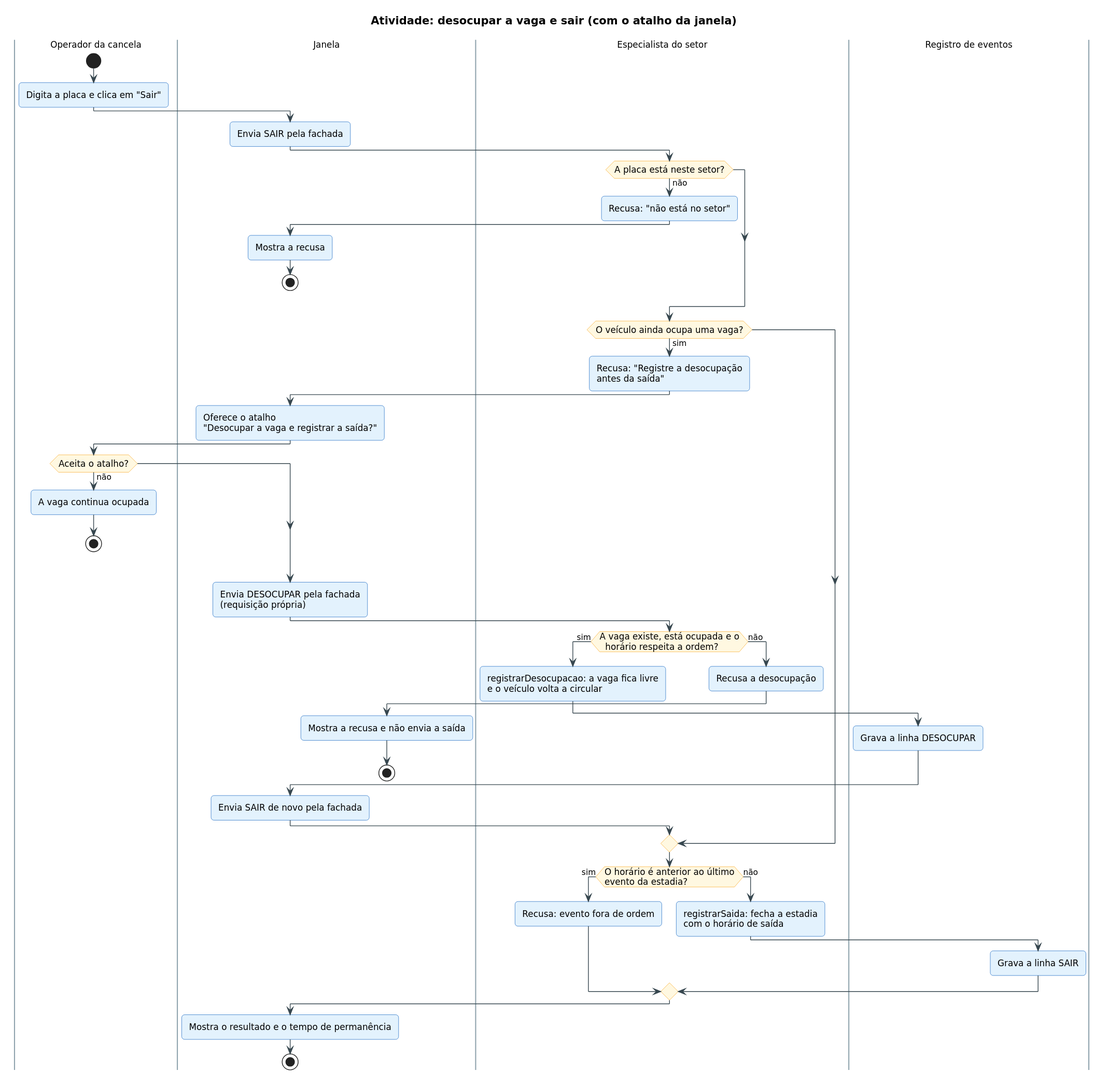
The PlantUML diagram faculdade/arquitetura-e-padroes-de-software/atividades_para_entregar/trabalho_final/descricao-arquitetural/diagramas/atividade-desocupacao-e-saida.svg in MatheusKubrusly/caderno-de-estudos, before a commit.
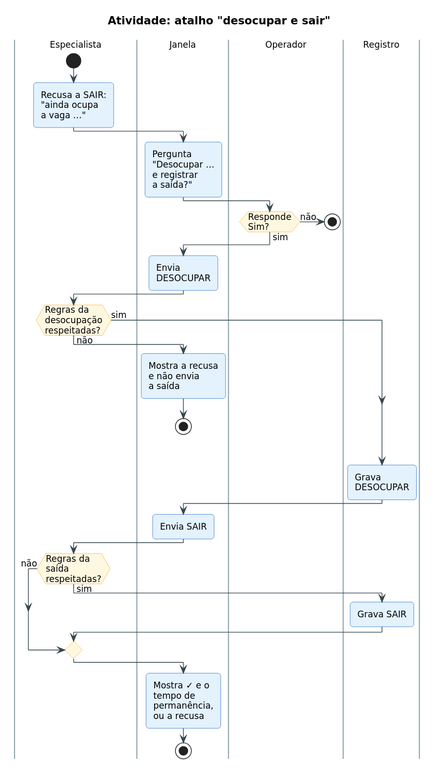
After the change.

Diff of the diagram source:
```diff
@@ -1,63 +1,54 @@
 @startuml
 !include estilo.iuml
-title Atividade: desocupar a vaga e sair (com o atalho da janela)
+title Atividade: atalho "desocupar e sair"
 
-|Operador da cancela|
+|Especialista|
 start
-:Digita a placa e clica em "Sair";
+:Recusa a SAIR:
+"ainda ocupa
+a vaga …";
 |Janela|
-:Envia SAIR pela fachada;
-|Especialista do setor|
-if (A placa está neste setor?) then (não)
-  :Recusa: "não está no setor";
-  |Janela|
-  :Mostra a recusa;
+:Pergunta
+"Desocupar …
+e registrar
+a saída?";
+|Operador|
+if (Responde
+Sim?) then (não)
   stop
-endif
-|Especialista do setor|
-if (O veículo ainda ocupa uma vaga?) then (sim)
-  :Recusa: "Registre a desocupação
-  antes da saída";
-  |Janela|
-  :Oferece o atalho
-  "Desocupar a vaga e registrar a saída?";
-  |Operador da cancela|
-  if (Aceita o atalho?) then (não)
-    :A vaga continua ocupada;
-    stop
-  endif
-  |Janela|
-  :Envia DESOCUPAR pela fachada
-  (requisição própria);
-  |Especialista do setor|
-  if (A vaga existe, está ocupada e o
-  horário respeita a ordem?) then (sim)
-    :registrarDesocupacao: a vaga fica livre
-    e o veículo volta a circular;
-    |Registro de eventos|
-    :Grava a linha DESOCUPAR;
-  else (não)
-    |Especialista do setor|
-    :Recusa a desocupação;
-    |Janela|
-    :Mostra a recusa e não envia a saída;
-    stop
-  endif
-  |Janela|
-  :Envia SAIR de novo pela fachada;
-  |Especialista do setor|
-endif
-if (O horário é anterior ao último
-evento da estadia?) then (sim)
-  :Recusa: evento fora de ordem;
-else (não)
-  |Especialista do setor|
-  :registrarSaida: fecha a estadia
-  com o horário de saída;
-  |Registro de eventos|
-  :Grava a linha SAIR;
+else (sim)
 endif
 |Janela|
-:Mostra o resultado e o tempo de permanência;
+:Envia
+DESOCUPAR;
+|Especialista|
+if (Regras da
+desocupação
+respeitadas?) then (não)
+  |Janela|
+  :Mostra a recusa
+  e não envia
+  a saída;
+  stop
+else (sim)
+endif
+|Registro|
+:Grava
+DESOCUPAR;
+|Janela|
+:Envia SAIR;
+|Especialista|
+if (Regras da
+saída
+respeitadas?) then (sim)
+  |Registro|
+  :Grava SAIR;
+else (não)
+endif
+|Janela|
+:Mostra ✓ e o
+tempo de
+permanência,
+ou a recusa;
 stop
 @enduml
```
